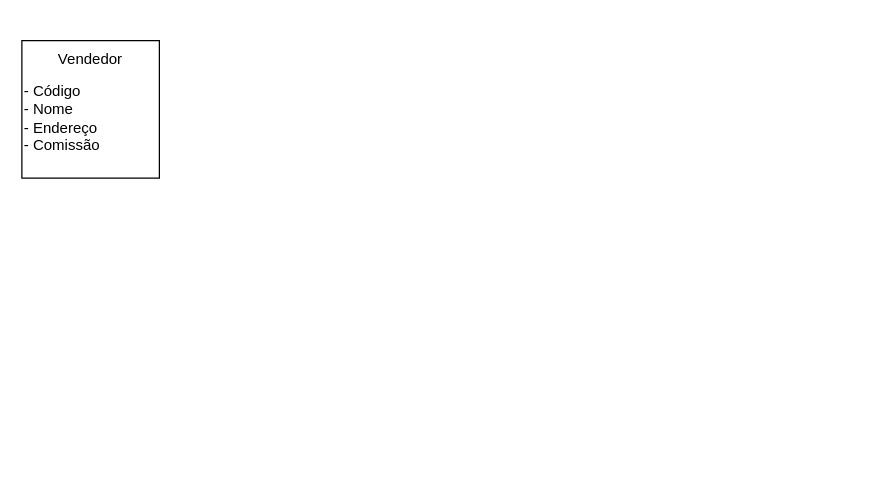
Above: Loja de Vendas.drawio in Dandiels/Diagramas-de-Banco-de-Dados (draw.io), before the change. Source tidied: cells renumbered, new cells numbered last; positions are measured from the earlier drawing's top-left corner, leaving out a move shared by most shapes. Both pictures are drawn from the tidied source at 125%, with x=0, y=0 at pixel (21, 40).
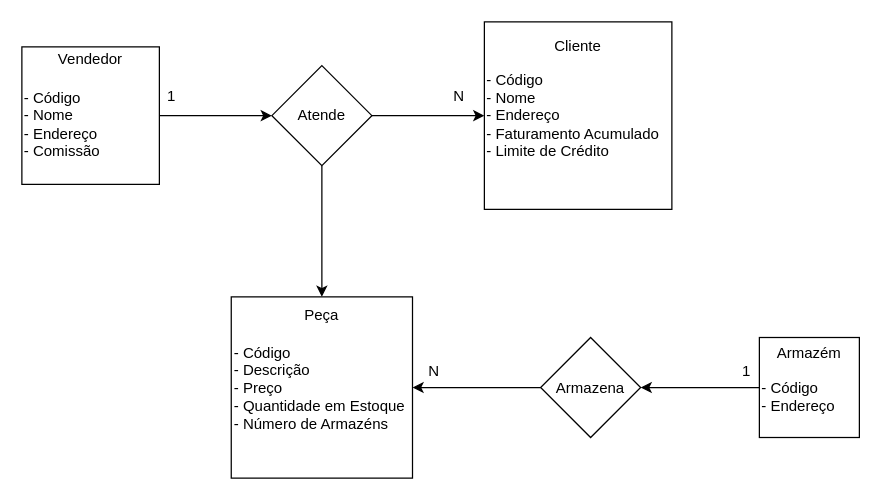
The same page after the edit.

The edit, as a diff of the source:
```diff
@@
+    <mxCell id="4" style="edgeStyle=orthogonalEdgeStyle;rounded=0;jettySize=auto;html=1;entryX=0;entryY=0.5;entryDx=0;entryDy=0;" parent="1" edge="1" source="2" target="9">
+      <mxGeometry relative="1" as="geometry" />
+    </mxCell>
     <mxCell id="2" value="&lt;br&gt;- Código&lt;br&gt;- Nome&lt;br&gt;- Endereço&lt;br&gt;- Comissão" style="whiteSpace=wrap;html=1;align=left;" parent="1" vertex="1">
-      <mxGeometry width="110" height="110" as="geometry" />
+      <mxGeometry y="5" width="110" height="110" as="geometry" />
     </mxCell>
@@
+    <mxCell id="5" value="- Código&lt;br&gt;- Nome&lt;br&gt;- Endereço&lt;br&gt;- Faturamento Acumulado&lt;br&gt;- Limite de Crédito" style="whiteSpace=wrap;html=1;align=left;" parent="1" vertex="1">
+      <mxGeometry x="370" y="-15" width="150" height="150" as="geometry" />
+    </mxCell>
+    <mxCell id="6" value="Cliente" style="text;html=1;strokeColor=none;fillColor=none;align=center;verticalAlign=middle;whiteSpace=wrap;rounded=0;" parent="1" vertex="1">
+      <mxGeometry x="415" y="-10" width="60" height="30" as="geometry" />
+    </mxCell>
+    <mxCell id="7" style="edgeStyle=orthogonalEdgeStyle;rounded=0;jettySize=auto;html=1;exitX=1;exitY=0.5;exitDx=0;exitDy=0;entryX=0;entryY=0.5;entryDx=0;entryDy=0;" parent="1" edge="1" source="9" target="5">
+      <mxGeometry relative="1" as="geometry" />
+    </mxCell>
+    <mxCell id="8" style="edgeStyle=orthogonalEdgeStyle;rounded=0;jettySize=auto;html=1;exitX=0.5;exitY=1;exitDx=0;exitDy=0;entryX=0.5;entryY=0;entryDx=0;entryDy=0;" parent="1" edge="1" source="9" target="13">
+      <mxGeometry relative="1" as="geometry" />
+    </mxCell>
+    <mxCell id="9" value="Atende" style="rhombus;whiteSpace=wrap;html=1;" parent="1" vertex="1">
+      <mxGeometry x="200" y="20" width="80" height="80" as="geometry" />
+    </mxCell>
+    <mxCell id="10" value="N" style="text;html=1;strokeColor=none;fillColor=none;align=center;verticalAlign=middle;whiteSpace=wrap;rounded=0;" parent="1" vertex="1">
+      <mxGeometry x="320" y="30" width="60" height="30" as="geometry" />
+    </mxCell>
+    <mxCell id="11" value="1" style="text;html=1;strokeColor=none;fillColor=none;align=center;verticalAlign=middle;whiteSpace=wrap;rounded=0;" parent="1" vertex="1">
+      <mxGeometry x="90" y="30" width="60" height="30" as="geometry" />
+    </mxCell>
+    <mxCell id="12" value="- Código&lt;br&gt;- Descrição&lt;br&gt;- Preço&lt;br&gt;- Quantidade em Estoque&lt;br&gt;- Número de Armazéns" style="whiteSpace=wrap;html=1;align=left;" parent="1" vertex="1">
+      <mxGeometry x="167.5" y="205" width="145" height="145" as="geometry" />
+    </mxCell>
+    <mxCell id="13" value="Peça" style="text;html=1;strokeColor=none;fillColor=none;align=center;verticalAlign=middle;whiteSpace=wrap;rounded=0;" parent="1" vertex="1">
+      <mxGeometry x="210" y="205" width="60" height="30" as="geometry" />
+    </mxCell>
+    <mxCell id="14" style="edgeStyle=orthogonalEdgeStyle;rounded=0;jettySize=auto;html=1;" parent="1" edge="1" source="15" target="18">
+      <mxGeometry relative="1" as="geometry" />
+    </mxCell>
+    <mxCell id="15" value="&lt;br&gt;- Código&lt;br&gt;- Endereço" style="whiteSpace=wrap;html=1;align=left;" parent="1" vertex="1">
+      <mxGeometry x="590" y="237.5" width="80" height="80" as="geometry" />
+    </mxCell>
+    <mxCell id="16" value="Armazém" style="text;html=1;strokeColor=none;fillColor=none;align=center;verticalAlign=middle;whiteSpace=wrap;rounded=0;" parent="1" vertex="1">
+      <mxGeometry x="600" y="235" width="60" height="30" as="geometry" />
+    </mxCell>
+    <mxCell id="17" style="edgeStyle=orthogonalEdgeStyle;rounded=0;jettySize=auto;html=1;entryX=1;entryY=0.5;entryDx=0;entryDy=0;" parent="1" edge="1" source="18" target="12">
+      <mxGeometry relative="1" as="geometry" />
+    </mxCell>
+    <mxCell id="18" value="Armazena" style="rhombus;whiteSpace=wrap;html=1;" parent="1" vertex="1">
+      <mxGeometry x="415" y="237.5" width="80" height="80" as="geometry" />
+    </mxCell>
+    <mxCell id="19" value="N" style="text;html=1;strokeColor=none;fillColor=none;align=center;verticalAlign=middle;whiteSpace=wrap;rounded=0;" parent="1" vertex="1">
+      <mxGeometry x="300" y="250" width="60" height="30" as="geometry" />
+    </mxCell>
+    <mxCell id="20" value="1" style="text;html=1;strokeColor=none;fillColor=none;align=center;verticalAlign=middle;whiteSpace=wrap;rounded=0;" parent="1" vertex="1">
+      <mxGeometry x="550" y="250" width="60" height="30" as="geometry" />
+    </mxCell>
```
